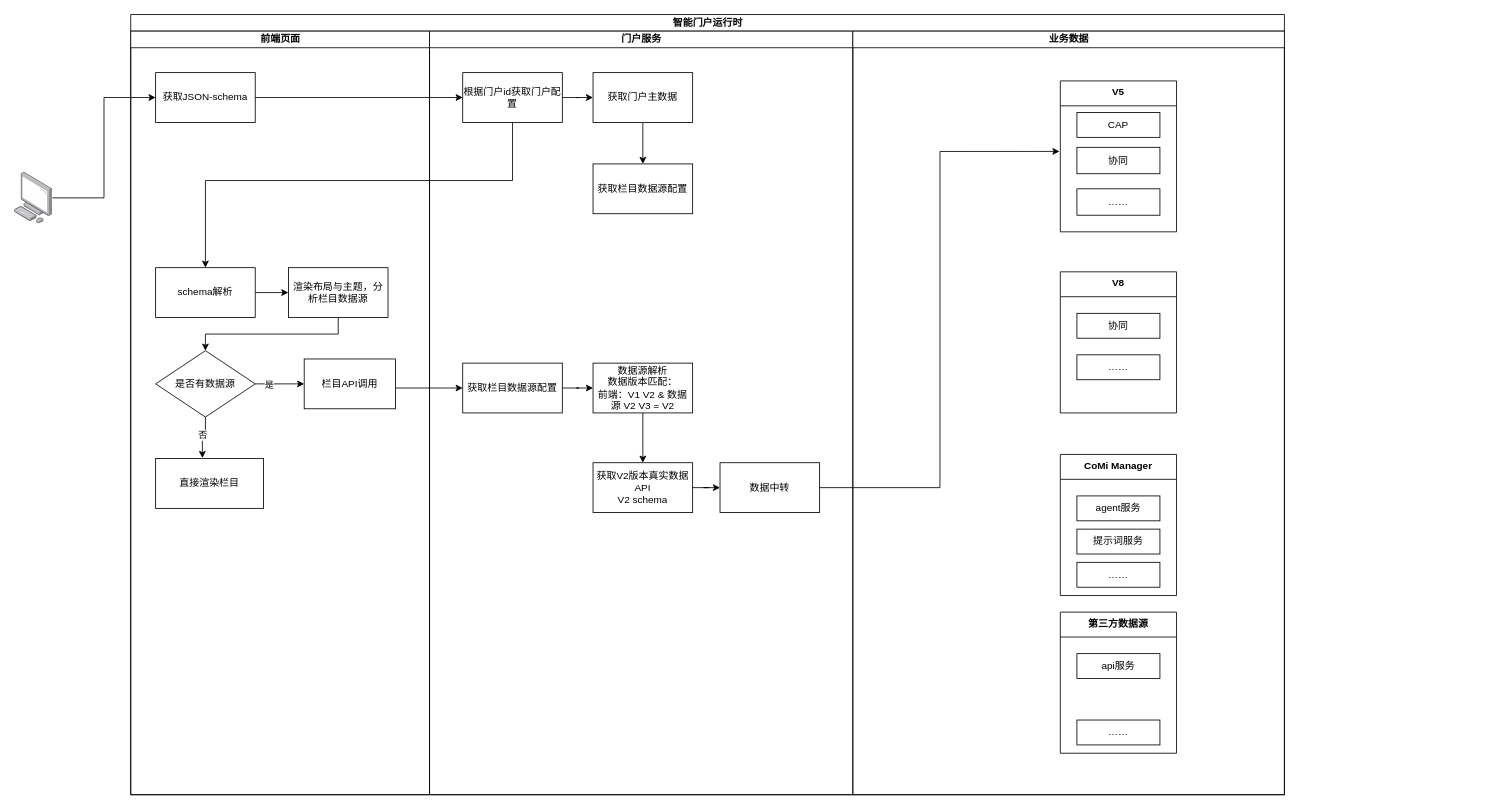
This is 门户架构图.drawio from wangweiccmo/drawio, a draw.io file, before an edit. Source tidied: cells renumbered, new cells numbered last; positions are measured from the earlier drawing's top-left corner, leaving out a move shared by most shapes. Both pictures are drawn from the tidied source at 83%, with x=0, y=0 at pixel (14, 14).
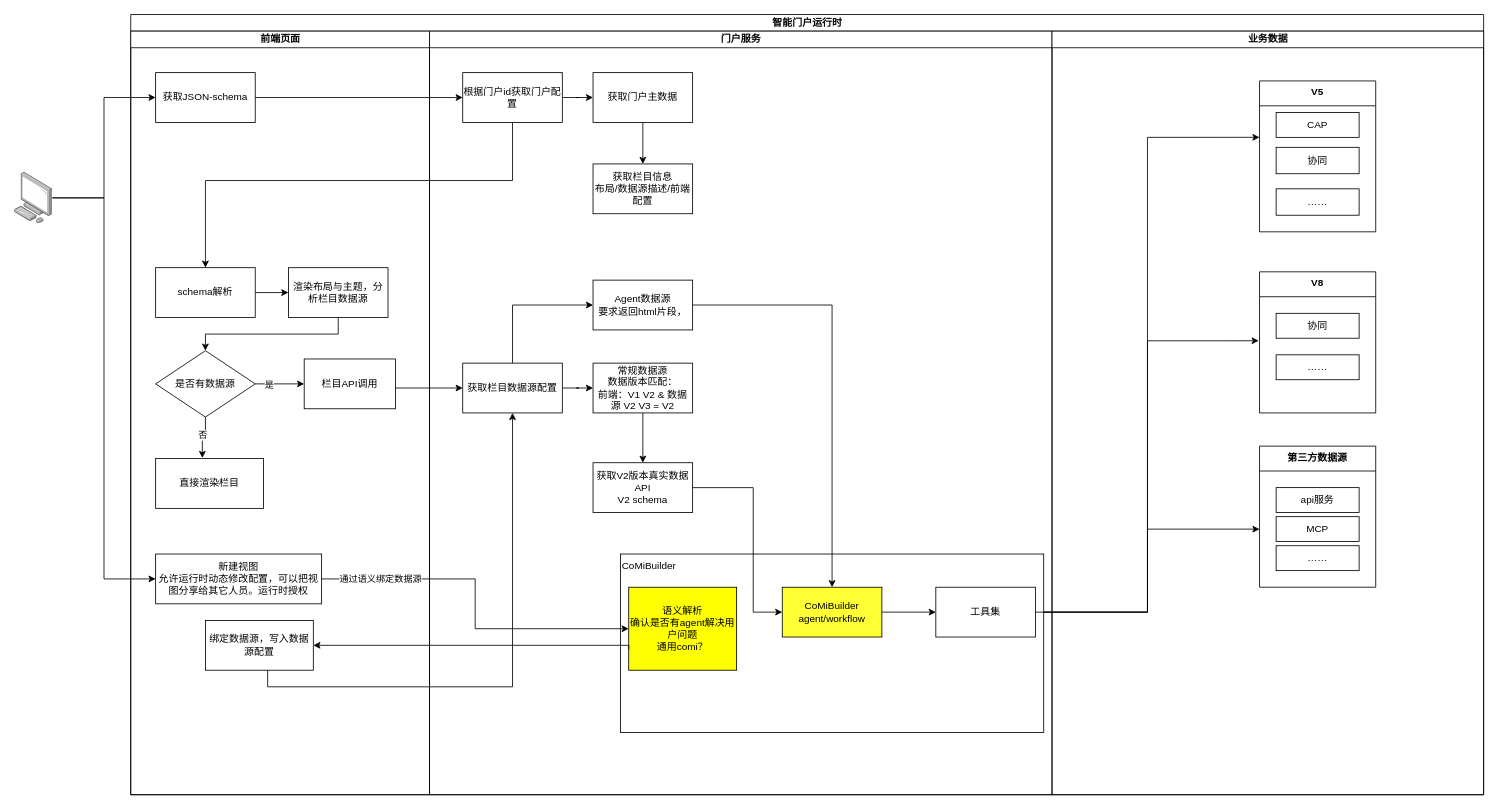
Above is the later version.

Commit message:
更新门户架构图.drawio

The change refers to these unchanged cells:
```xml
<mxCell id="3" value="前端页面" style="swimlane;startSize=20;html=1;" parent="2" vertex="1">
  <mxGeometry y="20" width="360" height="920" as="geometry" />
</mxCell>
<mxCell id="4" value="获取JSON-schema" style="rounded=0;whiteSpace=wrap;html=1;" parent="3" vertex="1">
  <mxGeometry x="30" y="50" width="120" height="60" as="geometry" />
</mxCell>
<mxCell id="6" value="schema解析" style="rounded=0;whiteSpace=wrap;html=1;" parent="3" vertex="1">
  <mxGeometry x="30" y="285" width="120" height="60" as="geometry" />
</mxCell>
<mxCell id="11" value="栏目API调用" style="rounded=0;whiteSpace=wrap;html=1;" parent="3" vertex="1">
  <mxGeometry x="209" y="395" width="110" height="60" as="geometry" />
</mxCell>
<mxCell id="18" value="根据门户id获取门户配置" style="rounded=0;whiteSpace=wrap;html=1;" parent="16" vertex="1">
  <mxGeometry x="40" y="50" width="120" height="60" as="geometry" />
</mxCell>
<mxCell id="23" value="获取栏目数据源配置" style="rounded=0;whiteSpace=wrap;html=1;" parent="16" vertex="1">
  <mxGeometry x="40" y="400" width="120" height="60" as="geometry" />
</mxCell>
<mxCell id="27" value="获取V2版本真实数据API&lt;div&gt;V2 schema&lt;/div&gt;" style="rounded=0;whiteSpace=wrap;html=1;" parent="16" vertex="1">
  <mxGeometry x="197" y="520" width="120" height="60" as="geometry" />
</mxCell>
<mxCell id="31" style="swimlane;fontStyle=1;align=center;verticalAlign=top;horizontal=1;startSize=0;html=1;strokeColor=none;fillColor=none;" parent="30" vertex="1">
  <mxGeometry y="30" width="140" height="151.8" as="geometry" />
</mxCell>
<mxCell id="36" value="&#10;&lt;span style=&quot;color: rgb(0, 0, 0); font-family: Helvetica; font-size: 12px; font-style: normal; font-variant-ligatures: normal; font-variant-caps: normal; font-weight: 400; letter-spacing: normal; orphans: 2; text-align: center; text-indent: 0px; text-transform: none; widows: 2; word-spacing: 0px; -webkit-text-stroke-width: 0px; white-space: normal; background-color: rgb(236, 236, 236); text-decoration-thickness: initial; text-decoration-style: initial; text-decoration-color: initial; display: inline !important; float: none;&quot;&gt;……&lt;/span&gt;&#10;&#10;" style="swimlane;fontStyle=1;align=center;verticalAlign=top;horizontal=1;startSize=0;html=1;strokeColor=none;fillColor=none;" parent="35" vertex="1">
  <mxGeometry y="30" width="140" height="140" as="geometry" />
</mxCell>
<mxCell id="45" style="swimlane;fontStyle=1;align=center;verticalAlign=top;horizontal=1;startSize=0;html=1;strokeColor=none;fillColor=none;" parent="44" vertex="1">
  <mxGeometry y="30" width="140" height="140" as="geometry" />
</mxCell>
<mxCell id="53" style="image;points=[];html=1;align=center;shadow=0;dashed=0;image=img/lib/allied_telesis/computer_and_terminals/Personal_Computer.svg;" parent="1" vertex="1">
  <mxGeometry y="190" width="45.6" height="61.8" as="geometry" />
</mxCell>
```

Change to the diagram source:
```diff
@@
     <mxCell id="2" value="智能门户运行时" style="swimlane;startSize=20;html=1;" parent="1" vertex="1">
-      <mxGeometry x="140" width="1390" height="940" as="geometry" />
+      <mxGeometry x="140" width="1630" height="940" as="geometry" />
     </mxCell>
@@
+    <mxCell id="54" value="新建视图&lt;div&gt;允许运行时动态修改配置，可以把视图分享给其它人员。运行时授权&lt;/div&gt;" style="whiteSpace=wrap;html=1;" parent="3" vertex="1">
+      <mxGeometry x="30" y="630" width="200" height="60" as="geometry" />
+    </mxCell>
+    <mxCell id="55" value="绑定数据源，写入数据源配置" style="rounded=0;whiteSpace=wrap;html=1;" parent="3" vertex="1">
+      <mxGeometry x="90" y="710" width="130" height="60" as="geometry" />
+    </mxCell>
+    <mxCell id="48" style="edgeStyle=orthogonalEdgeStyle;rounded=0;jettySize=auto;html=1;entryX=0;entryY=0.5;entryDx=0;entryDy=0;" parent="2" edge="1" source="4" target="18">
+      <mxGeometry relative="1" as="geometry" />
+    </mxCell>
+    <mxCell id="49" style="edgeStyle=orthogonalEdgeStyle;rounded=0;jettySize=auto;html=1;" parent="2" edge="1" source="18" target="6">
+      <mxGeometry relative="1" as="geometry">
+        <Array as="points">
+          <mxPoint x="460" y="200" />
+          <mxPoint x="90" y="200" />
+        </Array>
+      </mxGeometry>
+    </mxCell>
+    <mxCell id="50" style="edgeStyle=orthogonalEdgeStyle;rounded=0;jettySize=auto;html=1;" parent="2" edge="1" source="11" target="23">
+      <mxGeometry relative="1" as="geometry">
+        <Array as="points">
+          <mxPoint x="380" y="450" />
+          <mxPoint x="380" y="450" />
+        </Array>
+      </mxGeometry>
+    </mxCell>
+    <mxCell id="56" style="edgeStyle=orthogonalEdgeStyle;rounded=0;jettySize=auto;html=1;entryX=0;entryY=0.25;entryDx=0;entryDy=0;" parent="2" edge="1" source="61" target="31">
+      <mxGeometry relative="1" as="geometry" />
+    </mxCell>
+    <mxCell id="57" style="edgeStyle=orthogonalEdgeStyle;rounded=0;jettySize=auto;html=1;entryX=-0.007;entryY=0.379;entryDx=0;entryDy=0;entryPerimeter=0;" parent="2" edge="1" source="61" target="36">
+      <mxGeometry relative="1" as="geometry" />
+    </mxCell>
     <mxCell id="16" value="门户服务" style="swimlane;startSize=20;html=1;" parent="2" vertex="1">
-      <mxGeometry x="360" y="20" width="510" height="920" as="geometry" />
+      <mxGeometry x="360" y="20" width="750" height="920" as="geometry" />
     </mxCell>
+    <mxCell id="58" value="&lt;div style=&quot;&quot;&gt;CoMiBuilder&lt;/div&gt;" style="rounded=0;whiteSpace=wrap;html=1;align=left;verticalAlign=top;" parent="16" vertex="1">
+      <mxGeometry x="230" y="630" width="510" height="215" as="geometry" />
+    </mxCell>
@@
-    <mxCell id="21" value="获取栏目数据源配置" style="rounded=0;whiteSpace=wrap;html=1;" parent="16" vertex="1">
+    <mxCell id="21" value="获取栏目信息&lt;div&gt;布局/数据源描述/前端配置&lt;/div&gt;" style="rounded=0;whiteSpace=wrap;html=1;" parent="16" vertex="1">
       <mxGeometry x="197" y="160" width="120" height="60" as="geometry" />
     </mxCell>
@@
+    <mxCell id="59" style="edgeStyle=orthogonalEdgeStyle;rounded=0;jettySize=auto;html=1;entryX=0;entryY=0.5;entryDx=0;entryDy=0;" parent="16" edge="1" source="23" target="63">
+      <mxGeometry relative="1" as="geometry">
+        <Array as="points">
+          <mxPoint x="100" y="330" />
+        </Array>
+      </mxGeometry>
+    </mxCell>
@@
-    <mxCell id="25" value="数据源解析&lt;div&gt;数据版本匹配：&lt;/div&gt;&lt;div&gt;前端：V1 V2 &amp;amp; 数据源 V2 V3 = V2&lt;/div&gt;" style="rounded=0;whiteSpace=wrap;html=1;" parent="16" vertex="1">
+    <mxCell id="25" value="常规数据源&lt;div&gt;数据版本匹配：&lt;/div&gt;&lt;div&gt;前端：V1 V2 &amp;amp; 数据源 V2 V3 = V2&lt;/div&gt;" style="rounded=0;whiteSpace=wrap;html=1;" parent="16" vertex="1">
       <mxGeometry x="197" y="400" width="120" height="60" as="geometry" />
     </mxCell>
     <mxCell id="26" style="edgeStyle=orthogonalEdgeStyle;rounded=0;jettySize=auto;html=1;entryX=0;entryY=0.5;entryDx=0;entryDy=0;" parent="16" edge="1" source="27" target="28">
-      <mxGeometry relative="1" as="geometry" />
+      <mxGeometry relative="1" as="geometry">
+        <Array as="points">
+          <mxPoint x="390" y="550" />
+          <mxPoint x="390" y="700" />
+        </Array>
+      </mxGeometry>
     </mxCell>
@@
+    <mxCell id="60" style="edgeStyle=orthogonalEdgeStyle;rounded=0;jettySize=auto;html=1;entryX=0;entryY=0.5;entryDx=0;entryDy=0;" parent="16" edge="1" source="28" target="61">
+      <mxGeometry relative="1" as="geometry" />
+    </mxCell>
-    <mxCell id="28" value="数据中转" style="rounded=0;whiteSpace=wrap;html=1;" parent="16" vertex="1">
-      <mxGeometry x="350" y="520" width="120" height="60" as="geometry" />
+    <mxCell id="28" value="CoMiBuilder&lt;div&gt;agent/workflow&lt;/div&gt;" style="rounded=0;whiteSpace=wrap;html=1;fillColor=#FFFF33;" parent="16" vertex="1">
+      <mxGeometry x="425" y="670" width="120" height="60" as="geometry" />
     </mxCell>
+    <mxCell id="61" value="工具集" style="rounded=0;whiteSpace=wrap;html=1;" parent="16" vertex="1">
+      <mxGeometry x="610" y="670" width="120" height="60" as="geometry" />
+    </mxCell>
+    <mxCell id="62" style="edgeStyle=orthogonalEdgeStyle;rounded=0;jettySize=auto;html=1;entryX=0.5;entryY=0;entryDx=0;entryDy=0;" parent="16" edge="1" source="63" target="28">
+      <mxGeometry relative="1" as="geometry" />
+    </mxCell>
+    <mxCell id="63" value="Agent数据源&lt;div&gt;要求返回html片段，&lt;/div&gt;" style="rounded=0;whiteSpace=wrap;html=1;" parent="16" vertex="1">
+      <mxGeometry x="197" y="300" width="120" height="60" as="geometry" />
+    </mxCell>
+    <mxCell id="64" value="语义解析&lt;div&gt;确认是否有agent解决用户问题&lt;/div&gt;&lt;div&gt;通用comi？&lt;/div&gt;" style="rounded=0;whiteSpace=wrap;html=1;fillColor=#FFFF00;" parent="16" vertex="1">
+      <mxGeometry x="240" y="670" width="130" height="100" as="geometry" />
+    </mxCell>
     <mxCell id="29" value="业务数据" style="swimlane;startSize=20;html=1;" parent="2" vertex="1">
-      <mxGeometry x="870" y="20" width="520" height="920" as="geometry" />
+      <mxGeometry x="1110" y="20" width="520" height="920" as="geometry" />
     </mxCell>
@@
-    <mxCell id="39" value="CoMi Manager" style="swimlane;fontStyle=1;align=center;verticalAlign=top;horizontal=1;startSize=30;html=1;whiteSpace=wrap;" parent="29" vertex="1">
-      <mxGeometry x="250" y="510" width="140" height="170" as="geometry" />
-    </mxCell>
-    <mxCell id="40" style="swimlane;fontStyle=1;align=center;verticalAlign=top;horizontal=1;startSize=0;html=1;strokeColor=none;fillColor=none;" parent="39" vertex="1">
-      <mxGeometry y="30" width="140" height="140" as="geometry" />
-    </mxCell>
-    <mxCell id="41" value="agent服务" style="html=1;align=center;verticalAlign=middle;whiteSpace=wrap;" parent="40" vertex="1">
-      <mxGeometry width="100" height="30" relative="1" as="geometry">
-        <mxPoint x="20" y="20" as="offset" />
-      </mxGeometry>
-    </mxCell>
-    <mxCell id="42" value="提示词服务" style="html=1;align=center;verticalAlign=middle;whiteSpace=wrap;" parent="40" vertex="1">
-      <mxGeometry x="20" y="60" width="100" height="30" as="geometry" />
-    </mxCell>
-    <mxCell id="43" value="……" style="html=1;align=center;verticalAlign=middle;whiteSpace=wrap;" parent="40" vertex="1">
-      <mxGeometry x="20" y="100" width="100" height="30" as="geometry" />
-    </mxCell>
     <mxCell id="44" value="第三方数据源" style="swimlane;fontStyle=1;align=center;verticalAlign=top;horizontal=1;startSize=30;html=1;whiteSpace=wrap;" parent="29" vertex="1">
-      <mxGeometry x="250" y="700" width="140" height="170" as="geometry" />
+      <mxGeometry x="250" y="500" width="140" height="170" as="geometry" />
     </mxCell>
@@
     <mxCell id="47" value="……" style="html=1;align=center;verticalAlign=middle;whiteSpace=wrap;" parent="45" vertex="1">
-      <mxGeometry x="20" y="100" width="100" height="30" as="geometry" />
+      <mxGeometry x="20" y="90" width="100" height="30" as="geometry" />
     </mxCell>
-    <mxCell id="48" style="edgeStyle=orthogonalEdgeStyle;rounded=0;jettySize=auto;html=1;entryX=0;entryY=0.5;entryDx=0;entryDy=0;" parent="2" edge="1" source="4" target="18">
-      <mxGeometry relative="1" as="geometry" />
-    </mxCell>
-    <mxCell id="49" style="edgeStyle=orthogonalEdgeStyle;rounded=0;jettySize=auto;html=1;" parent="2" edge="1" source="18" target="6">
-      <mxGeometry relative="1" as="geometry">
-        <Array as="points">
-          <mxPoint x="460" y="200" />
-          <mxPoint x="90" y="200" />
-        </Array>
-      </mxGeometry>
-    </mxCell>
-    <mxCell id="50" style="edgeStyle=orthogonalEdgeStyle;rounded=0;jettySize=auto;html=1;" parent="2" edge="1" source="11" target="23">
-      <mxGeometry relative="1" as="geometry">
-        <Array as="points">
-          <mxPoint x="380" y="450" />
-          <mxPoint x="380" y="450" />
-        </Array>
-      </mxGeometry>
-    </mxCell>
-    <mxCell id="51" style="edgeStyle=orthogonalEdgeStyle;rounded=0;jettySize=auto;html=1;entryX=-0.007;entryY=0.362;entryDx=0;entryDy=0;entryPerimeter=0;" parent="2" edge="1" source="28" target="31">
-      <mxGeometry relative="1" as="geometry" />
-    </mxCell>
+    <mxCell id="65" value="MCP" style="html=1;align=center;verticalAlign=middle;whiteSpace=wrap;" parent="45" vertex="1">
+      <mxGeometry x="20" y="55" width="100" height="30" as="geometry" />
+    </mxCell>
+    <mxCell id="66" style="edgeStyle=orthogonalEdgeStyle;rounded=0;jettySize=auto;html=1;" parent="2" edge="1" source="54" target="64">
+      <mxGeometry relative="1" as="geometry" />
+    </mxCell>
+    <mxCell id="67" value="通过语义绑定数据源" style="edgeLabel;html=1;align=center;verticalAlign=middle;" parent="66" vertex="1">
+      <mxGeometry x="-0.13" y="-3" relative="1" as="geometry">
+        <mxPoint x="-112" y="-3" as="offset" />
+      </mxGeometry>
+    </mxCell>
+    <mxCell id="68" style="edgeStyle=orthogonalEdgeStyle;rounded=0;jettySize=auto;html=1;exitX=0;exitY=0.75;exitDx=0;exitDy=0;entryX=1;entryY=0.5;entryDx=0;entryDy=0;" parent="2" edge="1" source="64" target="55">
+      <mxGeometry relative="1" as="geometry">
+        <Array as="points">
+          <mxPoint x="600" y="760" />
+        </Array>
+      </mxGeometry>
+    </mxCell>
+    <mxCell id="69" style="edgeStyle=orthogonalEdgeStyle;rounded=0;jettySize=auto;html=1;entryX=0.5;entryY=1;entryDx=0;entryDy=0;" parent="2" edge="1" source="55" target="23">
+      <mxGeometry relative="1" as="geometry">
+        <Array as="points">
+          <mxPoint x="165" y="810" />
+          <mxPoint x="460" y="810" />
+        </Array>
+      </mxGeometry>
+    </mxCell>
+    <mxCell id="70" style="edgeStyle=orthogonalEdgeStyle;rounded=0;jettySize=auto;html=1;" parent="2" edge="1" source="61" target="45">
+      <mxGeometry relative="1" as="geometry" />
+    </mxCell>
@@
+    <mxCell id="71" style="edgeStyle=orthogonalEdgeStyle;rounded=0;jettySize=auto;html=1;entryX=0;entryY=0.5;entryDx=0;entryDy=0;" parent="1" edge="1" source="53" target="54">
+      <mxGeometry relative="1" as="geometry" />
+    </mxCell>
```
